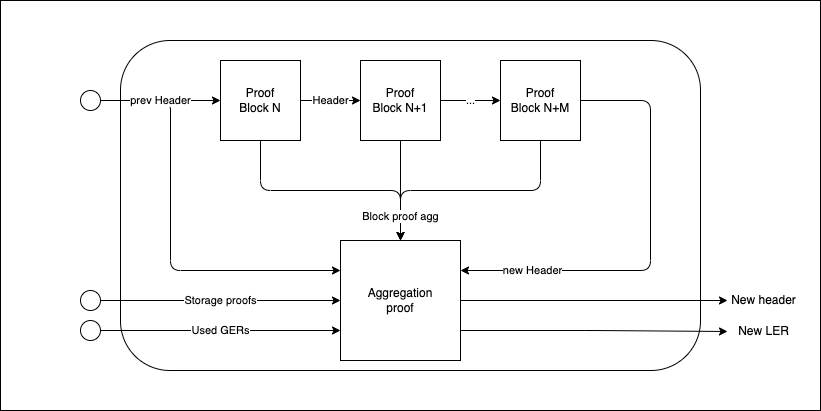
The draw.io diagram fep-type-1/proof.drawio.png in invocarnau/succint-zk-residency, before a commit. Source tidied: cells renumbered, new cells last; positions are measured from the earlier drawing's top-left corner, leaving out a move shared by most shapes. The source it was exported from:
```xml
<mxGraphModel background="#ffffff">
  <root>
    <mxCell id="0" />
    <mxCell id="1" parent="0" />
    <mxCell id="2" style="rounded=0;whiteSpace=wrap;html=1;" parent="1" vertex="1">
      <mxGeometry width="820" height="410" as="geometry" />
    </mxCell>
    <mxCell id="3" style="rounded=1;whiteSpace=wrap;html=1;" parent="1" vertex="1">
      <mxGeometry x="120" y="40" width="580" height="330" as="geometry" />
    </mxCell>
    <mxCell id="4" value="Header" style="edgeStyle=none;html=1;exitX=1;exitY=0.5;exitDx=0;exitDy=0;entryX=0;entryY=0.5;entryDx=0;entryDy=0;" parent="1" edge="1" source="6" target="8">
      <mxGeometry relative="1" as="geometry" />
    </mxCell>
    <mxCell id="5" style="edgeStyle=orthogonalEdgeStyle;html=1;exitX=0.5;exitY=1;exitDx=0;exitDy=0;entryX=0.5;entryY=0;entryDx=0;entryDy=0;" parent="1" edge="1" source="6" target="14">
      <mxGeometry relative="1" as="geometry" />
    </mxCell>
    <mxCell id="6" value="Proof&lt;br&gt;Block N" style="whiteSpace=wrap;html=1;" parent="1" vertex="1">
      <mxGeometry x="220" y="60" width="80" height="80" as="geometry" />
    </mxCell>
    <mxCell id="7" value="..." style="edgeStyle=none;html=1;exitX=1;exitY=0.5;exitDx=0;exitDy=0;entryX=0;entryY=0.5;entryDx=0;entryDy=0;" parent="1" edge="1" source="8" target="11">
      <mxGeometry relative="1" as="geometry" />
    </mxCell>
    <mxCell id="8" value="Proof&lt;span style=&quot;color: rgba(0, 0, 0, 0); font-family: monospace; font-size: 0px; text-align: start;&quot;&gt;%3CmxGraphModel%3E%3Croot%3E%3CmxCell%20id%3D%220%22%2F%3E%3CmxCell%20id%3D%221%22%20parent%3D%220%22%2F%3E%3CmxCell%20id%3D%222%22%20value%3D%22Proof%26lt%3Bbr%26gt%3BBlock%20N%22%20style%3D%22whiteSpace%3Dwrap%3Bhtml%3D1%3Baspect%3Dfixed%3B%22%20vertex%3D%221%22%20parent%3D%221%22%3E%3CmxGeometry%20x%3D%22160%22%20y%3D%22320%22%20width%3D%2280%22%20height%3D%2280%22%20as%3D%22geometry%22%2F%3E%3C%2FmxCell%3E%3C%2Froot%3E%3C%2FmxGraphModel%3E&lt;/span&gt;&lt;br&gt;Block N+1" style="whiteSpace=wrap;html=1;" parent="1" vertex="1">
      <mxGeometry x="360" y="60" width="80" height="80" as="geometry" />
    </mxCell>
    <mxCell id="9" value="new Header" style="edgeStyle=none;html=1;exitX=1;exitY=0.5;exitDx=0;exitDy=0;entryX=1;entryY=0.25;entryDx=0;entryDy=0;" parent="1" edge="1" source="11" target="14">
      <mxGeometry x="0.67" relative="1" as="geometry">
        <Array as="points">
          <mxPoint x="650" y="100" />
          <mxPoint x="650" y="270" />
        </Array>
      </mxGeometry>
    </mxCell>
    <mxCell id="10" style="edgeStyle=orthogonalEdgeStyle;html=1;exitX=0.5;exitY=1;exitDx=0;exitDy=0;entryX=0.5;entryY=0;entryDx=0;entryDy=0;" parent="1" edge="1" source="11" target="14">
      <mxGeometry relative="1" as="geometry" />
    </mxCell>
    <mxCell id="11" value="Proof&lt;span style=&quot;color: rgba(0, 0, 0, 0); font-family: monospace; font-size: 0px; text-align: start;&quot;&gt;%3CmxGraphModel%3E%3Croot%3E%3CmxCell%20id%3D%220%22%2F%3E%3CmxCell%20id%3D%221%22%20parent%3D%220%22%2F%3E%3CmxCell%20id%3D%222%22%20value%3D%22Proof%26lt%3Bbr%26gt%3BBlock%20N%22%20style%3D%22whiteSpace%3Dwrap%3Bhtml%3D1%3Baspect%3Dfixed%3B%22%20vertex%3D%221%22%20parent%3D%221%22%3E%3CmxGeometry%20x%3D%22160%22%20y%3D%22320%22%20width%3D%2280%22%20height%3D%2280%22%20as%3D%22geometry%22%2F%3E%3C%2FmxCell%3E%3C%2Froot%3E%3C%2FmxGraphModel%3E&lt;/span&gt;&lt;br&gt;Block N+M" style="whiteSpace=wrap;html=1;" parent="1" vertex="1">
      <mxGeometry x="500" y="60" width="80" height="80" as="geometry" />
    </mxCell>
    <mxCell id="12" style="edgeStyle=orthogonalEdgeStyle;html=1;exitX=1;exitY=0.5;exitDx=0;exitDy=0;" parent="1" edge="1" source="14" target="19">
      <mxGeometry relative="1" as="geometry" />
    </mxCell>
    <mxCell id="13" style="edgeStyle=orthogonalEdgeStyle;html=1;exitX=1;exitY=0.75;exitDx=0;exitDy=0;" parent="1" edge="1" source="14" target="20">
      <mxGeometry relative="1" as="geometry" />
    </mxCell>
    <mxCell id="14" value="Aggregation&lt;br&gt;proof" style="whiteSpace=wrap;html=1;" parent="1" vertex="1">
      <mxGeometry x="340" y="240" width="120" height="120" as="geometry" />
    </mxCell>
    <mxCell id="15" value="Block proof agg" style="edgeStyle=orthogonalEdgeStyle;html=1;exitX=0.5;exitY=1;exitDx=0;exitDy=0;entryX=0.5;entryY=0;entryDx=0;entryDy=0;" parent="1" edge="1" source="8" target="14">
      <mxGeometry x="0.5" relative="1" as="geometry" />
    </mxCell>
    <mxCell id="16" style="edgeStyle=orthogonalEdgeStyle;html=1;exitX=1;exitY=0.5;exitDx=0;exitDy=0;entryX=0;entryY=0.25;entryDx=0;entryDy=0;" parent="1" edge="1" source="17" target="14">
      <mxGeometry relative="1" as="geometry">
        <Array as="points">
          <mxPoint x="170" y="100" />
          <mxPoint x="170" y="270" />
        </Array>
      </mxGeometry>
    </mxCell>
    <mxCell id="17" style="ellipse;whiteSpace=wrap;html=1;" parent="1" vertex="1">
      <mxGeometry x="80" y="90" width="20" height="20" as="geometry" />
    </mxCell>
    <mxCell id="18" value="prev Header" style="endArrow=classic;html=1;entryX=0;entryY=0.5;entryDx=0;entryDy=0;startArrow=none;" parent="1" edge="1" source="17" target="6">
      <mxGeometry relative="1" as="geometry" />
    </mxCell>
    <mxCell id="19" value="New header" style="text;html=1;strokeColor=none;fillColor=none;align=center;verticalAlign=middle;whiteSpace=wrap;rounded=0;" parent="1" vertex="1">
      <mxGeometry x="727" y="285" width="73" height="30" as="geometry" />
    </mxCell>
    <mxCell id="20" value="New LER" style="text;html=1;strokeColor=none;fillColor=none;align=center;verticalAlign=middle;whiteSpace=wrap;rounded=0;" parent="1" vertex="1">
      <mxGeometry x="727" y="316" width="73" height="30" as="geometry" />
    </mxCell>
    <mxCell id="21" value="Used GERs" style="edgeStyle=orthogonalEdgeStyle;html=1;exitX=1;exitY=0.5;exitDx=0;exitDy=0;entryX=0;entryY=0.75;entryDx=0;entryDy=0;" parent="1" edge="1" source="22" target="14">
      <mxGeometry relative="1" as="geometry" />
    </mxCell>
    <mxCell id="22" style="ellipse;whiteSpace=wrap;html=1;" parent="1" vertex="1">
      <mxGeometry x="80" y="320" width="20" height="20" as="geometry" />
    </mxCell>
    <mxCell id="23" value="Storage proofs" style="edgeStyle=none;html=1;exitX=1;exitY=0.5;exitDx=0;exitDy=0;entryX=0;entryY=0.5;entryDx=0;entryDy=0;" parent="1" edge="1" source="24" target="14">
      <mxGeometry relative="1" as="geometry" />
    </mxCell>
    <mxCell id="24" style="ellipse;whiteSpace=wrap;html=1;" parent="1" vertex="1">
      <mxGeometry x="80" y="290" width="20" height="20" as="geometry" />
    </mxCell>
  </root>
</mxGraphModel>
```
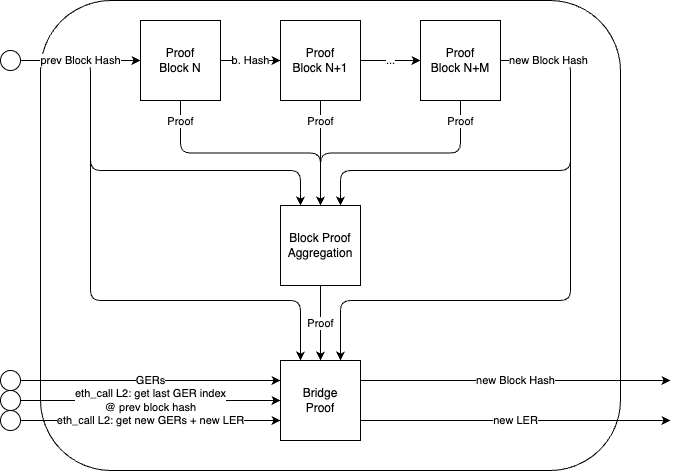
Above is the later version.

Diff of the diagram source:
```diff
@@ -2,17 +2,14 @@
   <root>
     <mxCell id="0" />
     <mxCell id="1" parent="0" />
-    <mxCell id="2" style="rounded=0;whiteSpace=wrap;html=1;" parent="1" vertex="1">
-      <mxGeometry width="820" height="410" as="geometry" />
-    </mxCell>
     <mxCell id="3" style="rounded=1;whiteSpace=wrap;html=1;" parent="1" vertex="1">
-      <mxGeometry x="120" y="40" width="580" height="330" as="geometry" />
+      <mxGeometry x="120" y="40" width="580" height="470" as="geometry" />
     </mxCell>
-    <mxCell id="4" value="Header" style="edgeStyle=none;html=1;exitX=1;exitY=0.5;exitDx=0;exitDy=0;entryX=0;entryY=0.5;entryDx=0;entryDy=0;" parent="1" edge="1" source="6" target="8">
+    <mxCell id="4" value="b. Hash" style="edgeStyle=none;html=1;exitX=1;exitY=0.5;exitDx=0;exitDy=0;entryX=0;entryY=0.5;entryDx=0;entryDy=0;" parent="1" edge="1" source="6" target="8">
       <mxGeometry relative="1" as="geometry" />
     </mxCell>
-    <mxCell id="5" style="edgeStyle=orthogonalEdgeStyle;html=1;exitX=0.5;exitY=1;exitDx=0;exitDy=0;entryX=0.5;entryY=0;entryDx=0;entryDy=0;" parent="1" edge="1" source="6" target="14">
-      <mxGeometry relative="1" as="geometry" />
+    <mxCell id="5" value="Proof" style="edgeStyle=orthogonalEdgeStyle;html=1;exitX=0.5;exitY=1;exitDx=0;exitDy=0;entryX=0.5;entryY=0;entryDx=0;entryDy=0;" parent="1" edge="1" source="6" target="31">
+      <mxGeometry x="-0.83" relative="1" as="geometry" />
     </mxCell>
     <mxCell id="6" value="Proof&lt;br&gt;Block N" style="whiteSpace=wrap;html=1;" parent="1" vertex="1">
       <mxGeometry x="220" y="60" width="80" height="80" as="geometry" />
@@ -23,63 +20,93 @@
     <mxCell id="8" value="Proof&lt;span style=&quot;color: rgba(0, 0, 0, 0); font-family: monospace; font-size: 0px; text-align: start;&quot;&gt;%3CmxGraphModel%3E%3Croot%3E%3CmxCell%20id%3D%220%22%2F%3E%3CmxCell%20id%3D%221%22%20parent%3D%220%22%2F%3E%3CmxCell%20id%3D%222%22%20value%3D%22Proof%26lt%3Bbr%26gt%3BBlock%20N%22%20style%3D%22whiteSpace%3Dwrap%3Bhtml%3D1%3Baspect%3Dfixed%3B%22%20vertex%3D%221%22%20parent%3D%221%22%3E%3CmxGeometry%20x%3D%22160%22%20y%3D%22320%22%20width%3D%2280%22%20height%3D%2280%22%20as%3D%22geometry%22%2F%3E%3C%2FmxCell%3E%3C%2Froot%3E%3C%2FmxGraphModel%3E&lt;/span&gt;&lt;br&gt;Block N+1" style="whiteSpace=wrap;html=1;" parent="1" vertex="1">
       <mxGeometry x="360" y="60" width="80" height="80" as="geometry" />
     </mxCell>
-    <mxCell id="9" value="new Header" style="edgeStyle=none;html=1;exitX=1;exitY=0.5;exitDx=0;exitDy=0;entryX=1;entryY=0.25;entryDx=0;entryDy=0;" parent="1" edge="1" source="11" target="14">
-      <mxGeometry x="0.67" relative="1" as="geometry">
-        <Array as="points">
-          <mxPoint x="650" y="100" />
-          <mxPoint x="650" y="270" />
-        </Array>
-      </mxGeometry>
-    </mxCell>
-    <mxCell id="10" style="edgeStyle=orthogonalEdgeStyle;html=1;exitX=0.5;exitY=1;exitDx=0;exitDy=0;entryX=0.5;entryY=0;entryDx=0;entryDy=0;" parent="1" edge="1" source="11" target="14">
-      <mxGeometry relative="1" as="geometry" />
+    <mxCell id="10" value="Proof" style="edgeStyle=orthogonalEdgeStyle;html=1;exitX=0.5;exitY=1;exitDx=0;exitDy=0;entryX=0.5;entryY=0;entryDx=0;entryDy=0;" parent="1" edge="1" source="11" target="31">
+      <mxGeometry x="-0.83" relative="1" as="geometry" />
     </mxCell>
+    <mxCell id="25" style="edgeStyle=none;html=1;exitX=1;exitY=0.5;exitDx=0;exitDy=0;entryX=0.75;entryY=0;entryDx=0;entryDy=0;" parent="1" edge="1" source="11" target="29">
+      <mxGeometry relative="1" as="geometry">
+        <Array as="points">
+          <mxPoint x="650" y="100" />
+          <mxPoint x="650" y="340" />
+          <mxPoint x="420" y="340" />
+        </Array>
+      </mxGeometry>
+    </mxCell>
     <mxCell id="11" value="Proof&lt;span style=&quot;color: rgba(0, 0, 0, 0); font-family: monospace; font-size: 0px; text-align: start;&quot;&gt;%3CmxGraphModel%3E%3Croot%3E%3CmxCell%20id%3D%220%22%2F%3E%3CmxCell%20id%3D%221%22%20parent%3D%220%22%2F%3E%3CmxCell%20id%3D%222%22%20value%3D%22Proof%26lt%3Bbr%26gt%3BBlock%20N%22%20style%3D%22whiteSpace%3Dwrap%3Bhtml%3D1%3Baspect%3Dfixed%3B%22%20vertex%3D%221%22%20parent%3D%221%22%3E%3CmxGeometry%20x%3D%22160%22%20y%3D%22320%22%20width%3D%2280%22%20height%3D%2280%22%20as%3D%22geometry%22%2F%3E%3C%2FmxCell%3E%3C%2Froot%3E%3C%2FmxGraphModel%3E&lt;/span&gt;&lt;br&gt;Block N+M" style="whiteSpace=wrap;html=1;" parent="1" vertex="1">
       <mxGeometry x="500" y="60" width="80" height="80" as="geometry" />
     </mxCell>
-    <mxCell id="12" style="edgeStyle=orthogonalEdgeStyle;html=1;exitX=1;exitY=0.5;exitDx=0;exitDy=0;" parent="1" edge="1" source="14" target="19">
-      <mxGeometry relative="1" as="geometry" />
-    </mxCell>
-    <mxCell id="13" style="edgeStyle=orthogonalEdgeStyle;html=1;exitX=1;exitY=0.75;exitDx=0;exitDy=0;" parent="1" edge="1" source="14" target="20">
-      <mxGeometry relative="1" as="geometry" />
-    </mxCell>
-    <mxCell id="14" value="Aggregation&lt;br&gt;proof" style="whiteSpace=wrap;html=1;" parent="1" vertex="1">
-      <mxGeometry x="340" y="240" width="120" height="120" as="geometry" />
-    </mxCell>
-    <mxCell id="15" value="Block proof agg" style="edgeStyle=orthogonalEdgeStyle;html=1;exitX=0.5;exitY=1;exitDx=0;exitDy=0;entryX=0.5;entryY=0;entryDx=0;entryDy=0;" parent="1" edge="1" source="8" target="14">
-      <mxGeometry x="0.5" relative="1" as="geometry" />
+    <mxCell id="15" value="Proof" style="edgeStyle=orthogonalEdgeStyle;html=1;exitX=0.5;exitY=1;exitDx=0;exitDy=0;entryX=0.5;entryY=0;entryDx=0;entryDy=0;" parent="1" edge="1" source="8" target="31">
+      <mxGeometry x="-0.6" relative="1" as="geometry" />
     </mxCell>
-    <mxCell id="16" style="edgeStyle=orthogonalEdgeStyle;html=1;exitX=1;exitY=0.5;exitDx=0;exitDy=0;entryX=0;entryY=0.25;entryDx=0;entryDy=0;" parent="1" edge="1" source="17" target="14">
+    <mxCell id="16" style="edgeStyle=orthogonalEdgeStyle;html=1;exitX=1;exitY=0.5;exitDx=0;exitDy=0;entryX=0.25;entryY=0;entryDx=0;entryDy=0;" parent="1" edge="1" source="17" target="31">
       <mxGeometry relative="1" as="geometry">
         <Array as="points">
           <mxPoint x="170" y="100" />
-          <mxPoint x="170" y="270" />
+          <mxPoint x="170" y="210" />
+          <mxPoint x="380" y="210" />
         </Array>
       </mxGeometry>
     </mxCell>
+    <mxCell id="26" style="edgeStyle=none;html=1;exitX=1;exitY=0.5;exitDx=0;exitDy=0;entryX=0.25;entryY=0;entryDx=0;entryDy=0;" parent="1" edge="1" source="17" target="29">
+      <mxGeometry relative="1" as="geometry">
+        <Array as="points">
+          <mxPoint x="170" y="100" />
+          <mxPoint x="170" y="340" />
+          <mxPoint x="380" y="340" />
+        </Array>
+      </mxGeometry>
+    </mxCell>
     <mxCell id="17" style="ellipse;whiteSpace=wrap;html=1;" parent="1" vertex="1">
       <mxGeometry x="80" y="90" width="20" height="20" as="geometry" />
     </mxCell>
-    <mxCell id="18" value="prev Header" style="endArrow=classic;html=1;entryX=0;entryY=0.5;entryDx=0;entryDy=0;startArrow=none;" parent="1" edge="1" source="17" target="6">
+    <mxCell id="18" value="prev Block Hash" style="endArrow=classic;html=1;entryX=0;entryY=0.5;entryDx=0;entryDy=0;startArrow=none;" parent="1" edge="1" source="17" target="6">
       <mxGeometry relative="1" as="geometry" />
     </mxCell>
-    <mxCell id="19" value="New header" style="text;html=1;strokeColor=none;fillColor=none;align=center;verticalAlign=middle;whiteSpace=wrap;rounded=0;" parent="1" vertex="1">
-      <mxGeometry x="727" y="285" width="73" height="30" as="geometry" />
-    </mxCell>
-    <mxCell id="20" value="New LER" style="text;html=1;strokeColor=none;fillColor=none;align=center;verticalAlign=middle;whiteSpace=wrap;rounded=0;" parent="1" vertex="1">
-      <mxGeometry x="727" y="316" width="73" height="30" as="geometry" />
-    </mxCell>
-    <mxCell id="21" value="Used GERs" style="edgeStyle=orthogonalEdgeStyle;html=1;exitX=1;exitY=0.5;exitDx=0;exitDy=0;entryX=0;entryY=0.75;entryDx=0;entryDy=0;" parent="1" edge="1" source="22" target="14">
+    <mxCell id="21" value="GERs" style="edgeStyle=orthogonalEdgeStyle;html=1;exitX=1;exitY=0.5;exitDx=0;exitDy=0;entryX=0;entryY=0.25;entryDx=0;entryDy=0;" parent="1" edge="1" source="22" target="29">
       <mxGeometry relative="1" as="geometry" />
     </mxCell>
     <mxCell id="22" style="ellipse;whiteSpace=wrap;html=1;" parent="1" vertex="1">
-      <mxGeometry x="80" y="320" width="20" height="20" as="geometry" />
+      <mxGeometry x="80" y="410" width="20" height="20" as="geometry" />
     </mxCell>
-    <mxCell id="23" value="Storage proofs" style="edgeStyle=none;html=1;exitX=1;exitY=0.5;exitDx=0;exitDy=0;entryX=0;entryY=0.5;entryDx=0;entryDy=0;" parent="1" edge="1" source="24" target="14">
-      <mxGeometry relative="1" as="geometry" />
-    </mxCell>
-    <mxCell id="24" style="ellipse;whiteSpace=wrap;html=1;" parent="1" vertex="1">
-      <mxGeometry x="80" y="290" width="20" height="20" as="geometry" />
-    </mxCell>
+    <mxCell id="27" value="new Block Hash" style="edgeStyle=none;html=1;exitX=1;exitY=0.25;exitDx=0;exitDy=0;" parent="1" edge="1" source="29">
+      <mxGeometry relative="1" as="geometry">
+        <mxPoint x="750" y="420" as="targetPoint" />
+      </mxGeometry>
+    </mxCell>
+    <mxCell id="28" value="new LER" style="edgeStyle=none;html=1;exitX=1;exitY=0.75;exitDx=0;exitDy=0;" parent="1" edge="1" source="29">
+      <mxGeometry relative="1" as="geometry">
+        <mxPoint x="750" y="460" as="targetPoint" />
+      </mxGeometry>
+    </mxCell>
+    <mxCell id="29" value="Bridge&lt;br&gt;Proof" style="whiteSpace=wrap;html=1;" parent="1" vertex="1">
+      <mxGeometry x="360" y="400" width="80" height="80" as="geometry" />
+    </mxCell>
+    <mxCell id="30" value="Proof" style="edgeStyle=none;html=1;exitX=0.5;exitY=1;exitDx=0;exitDy=0;entryX=0.5;entryY=0;entryDx=0;entryDy=0;" parent="1" edge="1" source="31" target="29">
+      <mxGeometry relative="1" as="geometry" />
+    </mxCell>
+    <mxCell id="31" value="Block Proof&lt;br&gt;Aggregation" style="whiteSpace=wrap;html=1;" parent="1" vertex="1">
+      <mxGeometry x="360" y="245" width="80" height="80" as="geometry" />
+    </mxCell>
+    <mxCell id="9" value="new Block Hash" style="edgeStyle=none;html=1;exitX=1;exitY=0.5;exitDx=0;exitDy=0;entryX=0.75;entryY=0;entryDx=0;entryDy=0;" parent="1" edge="1" source="11" target="31">
+      <mxGeometry x="-0.78" relative="1" as="geometry">
+        <Array as="points">
+          <mxPoint x="650" y="100" />
+          <mxPoint x="650" y="210" />
+          <mxPoint x="420" y="210" />
+        </Array>
+      </mxGeometry>
+    </mxCell>
+    <mxCell id="32" value="eth_call L2: get last GER index&lt;br&gt;@ prev block hash" style="edgeStyle=none;html=1;exitX=1;exitY=0.5;exitDx=0;exitDy=0;entryX=0;entryY=0.5;entryDx=0;entryDy=0;" parent="1" edge="1" source="33" target="29">
+      <mxGeometry relative="1" as="geometry" />
+    </mxCell>
+    <mxCell id="33" style="ellipse;whiteSpace=wrap;html=1;" parent="1" vertex="1">
+      <mxGeometry x="80" y="430" width="20" height="20" as="geometry" />
+    </mxCell>
+    <mxCell id="34" value="eth_call L2: get new GERs + new LER" style="edgeStyle=none;html=1;exitX=1;exitY=0.5;exitDx=0;exitDy=0;entryX=0;entryY=0.75;entryDx=0;entryDy=0;" parent="1" edge="1" source="35" target="29">
+      <mxGeometry relative="1" as="geometry" />
+    </mxCell>
+    <mxCell id="35" style="ellipse;whiteSpace=wrap;html=1;" parent="1" vertex="1">
+      <mxGeometry x="80" y="450" width="20" height="20" as="geometry" />
+    </mxCell>
   </root>
 </mxGraphModel>
```
